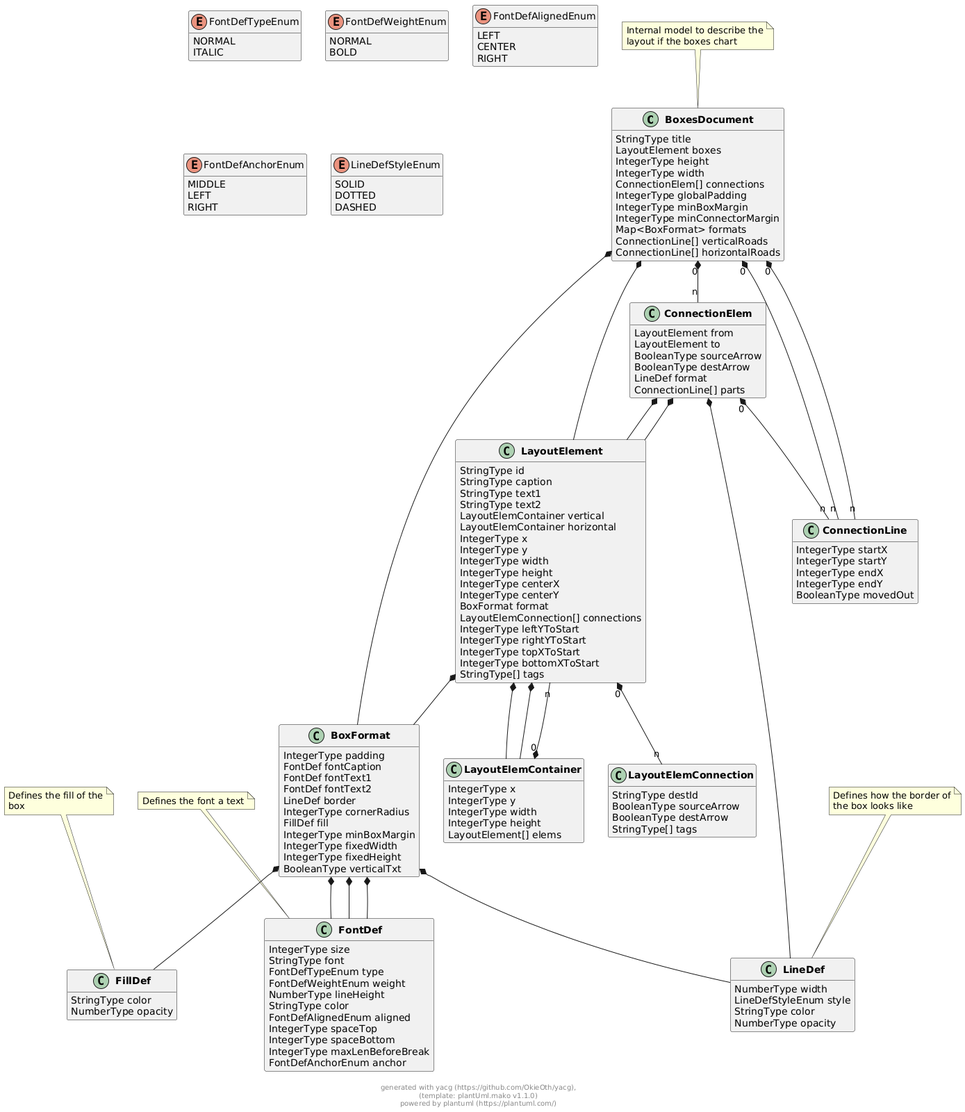
Before: docs/models/png/boxes_document.png, a diagram exported from PlantUML (OkieOth/draw.chart.things).
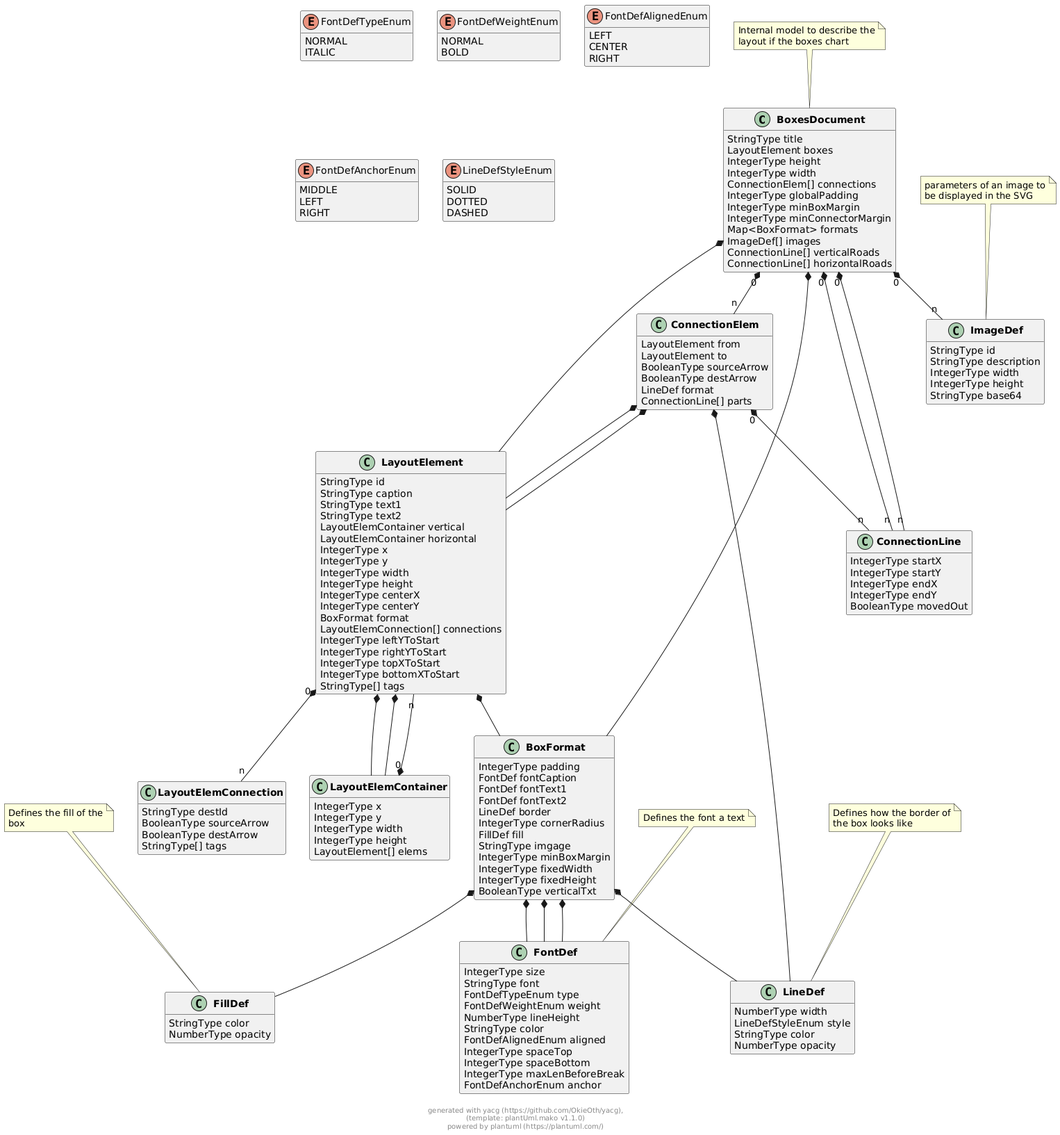
Above is the later version.

Commit message:
extended boxes models with additional attribs for image definitions

Change to the diagram source:
```diff
@@ -13,6 +13,7 @@
         IntegerType minBoxMargin
         IntegerType minConnectorMargin
         Map<BoxFormat> formats
+        ImageDef[] images
         ConnectionLine[] verticalRoads
         ConnectionLine[] horizontalRoads
 }
@@ -64,6 +65,7 @@
         LineDef border
         IntegerType cornerRadius
         FillDef fill
+        StringType imgage
         IntegerType minBoxMargin
         IntegerType fixedWidth
         IntegerType fixedHeight
@@ -164,6 +166,17 @@
 
 
 
+class "**ImageDef**" as ImageDef {
+        StringType id
+        StringType description
+        IntegerType width
+        IntegerType height
+        StringType base64
+}
+note top: parameters of an image to\nbe displayed in the SVG
+
+
+
 
 
 
@@ -177,6 +190,8 @@
 
 
 BoxesDocument  *--  BoxFormat
+
+BoxesDocument "0" *-- "n" ImageDef
 
 BoxesDocument "0" *-- "n" ConnectionLine
 
@@ -246,7 +261,14 @@
 
 
 
+
 LayoutElemContainer "0" *-- "n" LayoutElement
+
+
+
+
+
+
 
 
 
```
